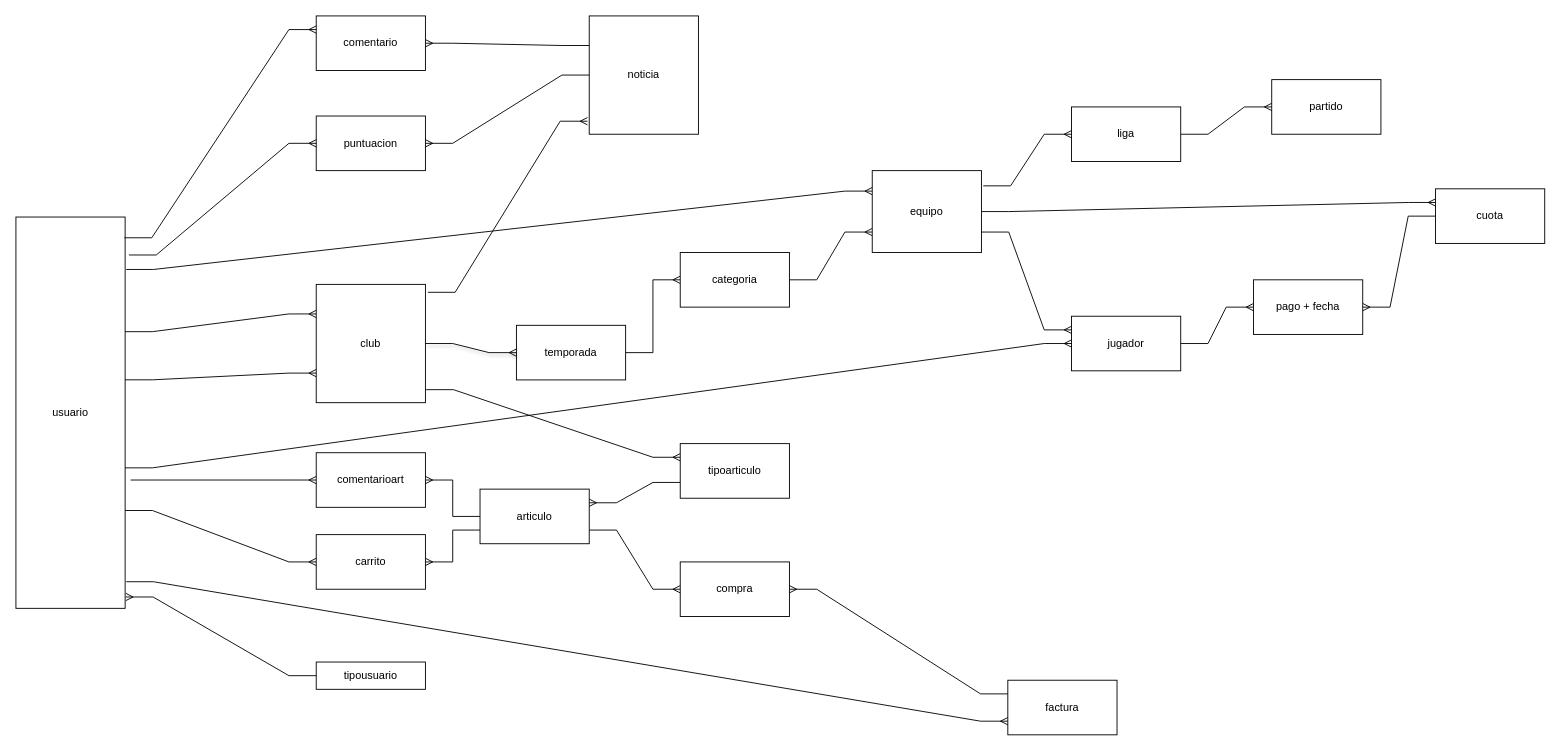
Above: gesportin/src/main/resources/gesportin.drawio in rafaelaznar/gesportin (draw.io), before the change. Source tidied: cells renumbered, new cells numbered last; positions are measured from the earlier drawing's top-left corner, leaving out a move shared by most shapes. Both pictures are drawn from the tidied source at 91%, with x=0, y=0 at pixel (15, 15).
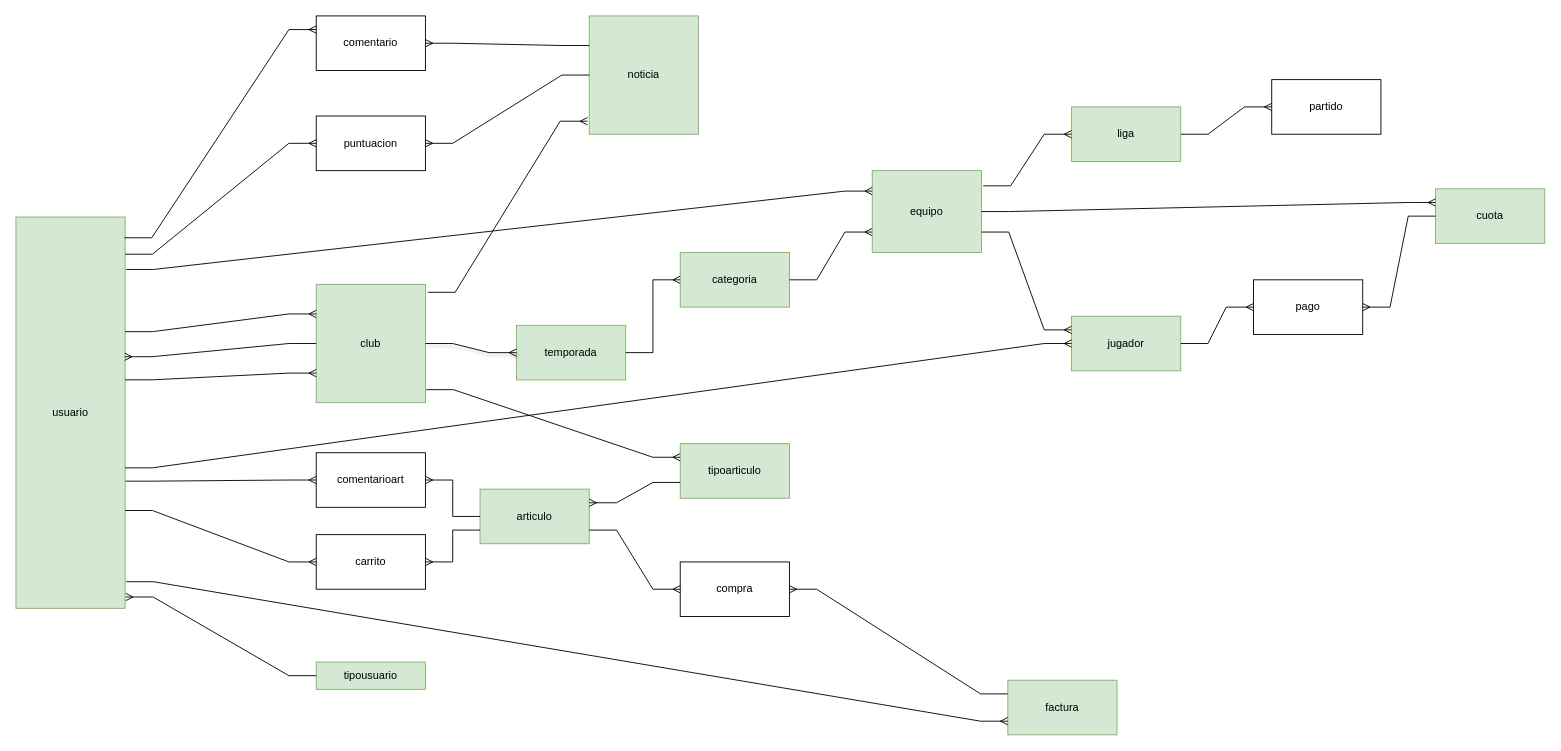
Above is the later version.

Commit message:
fix: update styles for entity representation in gesportin.drawio

Unchanged cells that the change refers to:
```xml
<mxCell id="19" value="puntuacion" style="rounded=0;whiteSpace=wrap;html=1;" parent="1" vertex="1">
  <mxGeometry x="330" y="110" width="120" height="60" as="geometry" />
</mxCell>
<mxCell id="47" value="comentarioart" style="rounded=0;whiteSpace=wrap;html=1;" parent="1" vertex="1">
  <mxGeometry x="330" y="480" width="120" height="60" as="geometry" />
</mxCell>
```

The edit, as a diff of the source:
```diff
@@
-    <mxCell id="2" value="usuario" style="rounded=0;whiteSpace=wrap;html=1;" parent="1" vertex="1">
+    <mxCell id="2" value="usuario" style="rounded=0;whiteSpace=wrap;html=1;fillColor=#d5e8d4;strokeColor=#82b366;" parent="1" vertex="1">
       <mxGeometry y="221" width="120" height="430" as="geometry" />
     </mxCell>
-    <mxCell id="3" value="tipousuario" style="rounded=0;whiteSpace=wrap;html=1;" parent="1" vertex="1">
+    <mxCell id="3" value="tipousuario" style="rounded=0;whiteSpace=wrap;html=1;fillColor=#d5e8d4;strokeColor=#82b366;" parent="1" vertex="1">
       <mxGeometry x="330" y="710" width="120" height="30" as="geometry" />
     </mxCell>
@@
-    <mxCell id="5" value="club" style="rounded=0;whiteSpace=wrap;html=1;" parent="1" vertex="1">
+    <mxCell id="5" value="club" style="rounded=0;whiteSpace=wrap;html=1;fillColor=#d5e8d4;strokeColor=#82b366;" parent="1" vertex="1">
       <mxGeometry x="330" y="295" width="120" height="130" as="geometry" />
     </mxCell>
-    <mxCell id="6" value="equipo" style="rounded=0;whiteSpace=wrap;html=1;" parent="1" vertex="1">
+    <mxCell id="6" value="equipo" style="rounded=0;whiteSpace=wrap;html=1;fillColor=#d5e8d4;strokeColor=#82b366;" parent="1" vertex="1">
       <mxGeometry x="941" y="170" width="120" height="90" as="geometry" />
     </mxCell>
@@
-    <mxCell id="8" value="jugador" style="rounded=0;whiteSpace=wrap;html=1;" parent="1" vertex="1">
+    <mxCell id="8" value="jugador" style="rounded=0;whiteSpace=wrap;html=1;fillColor=#d5e8d4;strokeColor=#82b366;" parent="1" vertex="1">
       <mxGeometry x="1160" y="330" width="120" height="60" as="geometry" />
     </mxCell>
@@
-    <mxCell id="10" value="temporada" style="rounded=0;whiteSpace=wrap;html=1;" parent="1" vertex="1">
+    <mxCell id="10" value="temporada" style="rounded=0;whiteSpace=wrap;html=1;fillColor=#d5e8d4;strokeColor=#82b366;" parent="1" vertex="1">
       <mxGeometry x="550" y="340" width="120" height="60" as="geometry" />
     </mxCell>
-    <mxCell id="11" value="cuota" style="rounded=0;whiteSpace=wrap;html=1;" parent="1" vertex="1">
+    <mxCell id="11" value="cuota" style="rounded=0;whiteSpace=wrap;html=1;fillColor=#d5e8d4;strokeColor=#82b366;" parent="1" vertex="1">
       <mxGeometry x="1560" y="190" width="120" height="60" as="geometry" />
     </mxCell>
-    <mxCell id="12" value="pago + fecha" style="rounded=0;whiteSpace=wrap;html=1;" parent="1" vertex="1">
+    <mxCell id="12" value="pago" style="rounded=0;whiteSpace=wrap;html=1;" parent="1" vertex="1">
       <mxGeometry x="1360" y="290" width="120" height="60" as="geometry" />
     </mxCell>
-    <mxCell id="13" value="articulo" style="rounded=0;whiteSpace=wrap;html=1;" parent="1" vertex="1">
+    <mxCell id="13" value="articulo" style="rounded=0;whiteSpace=wrap;html=1;fillColor=#d5e8d4;strokeColor=#82b366;" parent="1" vertex="1">
       <mxGeometry x="510" y="520" width="120" height="60" as="geometry" />
     </mxCell>
-    <mxCell id="14" value="tipoarticulo" style="rounded=0;whiteSpace=wrap;html=1;" parent="1" vertex="1">
+    <mxCell id="14" value="tipoarticulo" style="rounded=0;whiteSpace=wrap;html=1;fillColor=#d5e8d4;strokeColor=#82b366;" parent="1" vertex="1">
       <mxGeometry x="730" y="470" width="120" height="60" as="geometry" />
     </mxCell>
@@
-    <mxCell id="17" value="factura" style="rounded=0;whiteSpace=wrap;html=1;" parent="1" vertex="1">
+    <mxCell id="17" value="factura" style="rounded=0;whiteSpace=wrap;html=1;fillColor=#d5e8d4;strokeColor=#82b366;" parent="1" vertex="1">
       <mxGeometry x="1090" y="730" width="120" height="60" as="geometry" />
     </mxCell>
@@
-    <mxCell id="20" value="noticia" style="rounded=0;whiteSpace=wrap;html=1;" parent="1" vertex="1">
+    <mxCell id="20" value="noticia" style="rounded=0;whiteSpace=wrap;html=1;fillColor=#d5e8d4;strokeColor=#82b366;" parent="1" vertex="1">
       <mxGeometry x="630" width="120" height="130" as="geometry" />
     </mxCell>
@@
-    <mxCell id="36" value="&lt;div&gt;categoria&lt;/div&gt;" style="rounded=0;whiteSpace=wrap;html=1;" parent="1" vertex="1">
+    <mxCell id="36" value="&lt;div&gt;categoria&lt;/div&gt;" style="rounded=0;whiteSpace=wrap;html=1;fillColor=#d5e8d4;strokeColor=#82b366;" parent="1" vertex="1">
       <mxGeometry x="730" y="260" width="120" height="60" as="geometry" />
     </mxCell>
@@
-    <mxCell id="42" value="&lt;div&gt;liga&lt;/div&gt;" style="rounded=0;whiteSpace=wrap;html=1;" parent="1" vertex="1">
+    <mxCell id="42" value="&lt;div&gt;liga&lt;/div&gt;" style="rounded=0;whiteSpace=wrap;html=1;fillColor=#d5e8d4;strokeColor=#82b366;" parent="1" vertex="1">
       <mxGeometry x="1160" y="100" width="120" height="60" as="geometry" />
     </mxCell>
@@
-    <mxCell id="46" style="edgeStyle=entityRelationEdgeStyle;fontSize=12;html=1;endArrow=ERmany;rounded=0;exitX=1.035;exitY=0.097;exitDx=0;exitDy=0;exitPerimeter=0;" parent="1" edge="1" source="2" target="19">
+    <mxCell id="46" style="edgeStyle=entityRelationEdgeStyle;fontSize=12;html=1;endArrow=ERmany;rounded=0;exitX=1;exitY=0.095;exitDx=0;exitDy=0;exitPerimeter=0;" parent="1" edge="1" source="2" target="19">
       <mxGeometry relative="1" as="geometry" />
     </mxCell>
@@
-    <mxCell id="48" style="edgeStyle=entityRelationEdgeStyle;fontSize=12;html=1;endArrow=ERmany;rounded=0;entryX=0;entryY=0.5;entryDx=0;entryDy=0;" parent="1" edge="1" target="47">
-      <mxGeometry relative="1" as="geometry">
-        <mxPoint x="126" y="510" as="sourcePoint" />
-      </mxGeometry>
+    <mxCell id="48" style="edgeStyle=entityRelationEdgeStyle;fontSize=12;html=1;endArrow=ERmany;rounded=0;entryX=0;entryY=0.5;entryDx=0;entryDy=0;exitX=1.004;exitY=0.675;exitDx=0;exitDy=0;exitPerimeter=0;" parent="1" edge="1" source="2" target="47">
+      <mxGeometry relative="1" as="geometry" />
     </mxCell>
@@
+    <mxCell id="50" style="edgeStyle=entityRelationEdgeStyle;fontSize=12;html=1;endArrow=ERmany;rounded=0;entryX=0.996;entryY=0.357;entryDx=0;entryDy=0;exitX=0;exitY=0.5;exitDx=0;exitDy=0;entryPerimeter=0;" parent="1" edge="1" source="5" target="2">
+      <mxGeometry relative="1" as="geometry" />
+    </mxCell>
```
